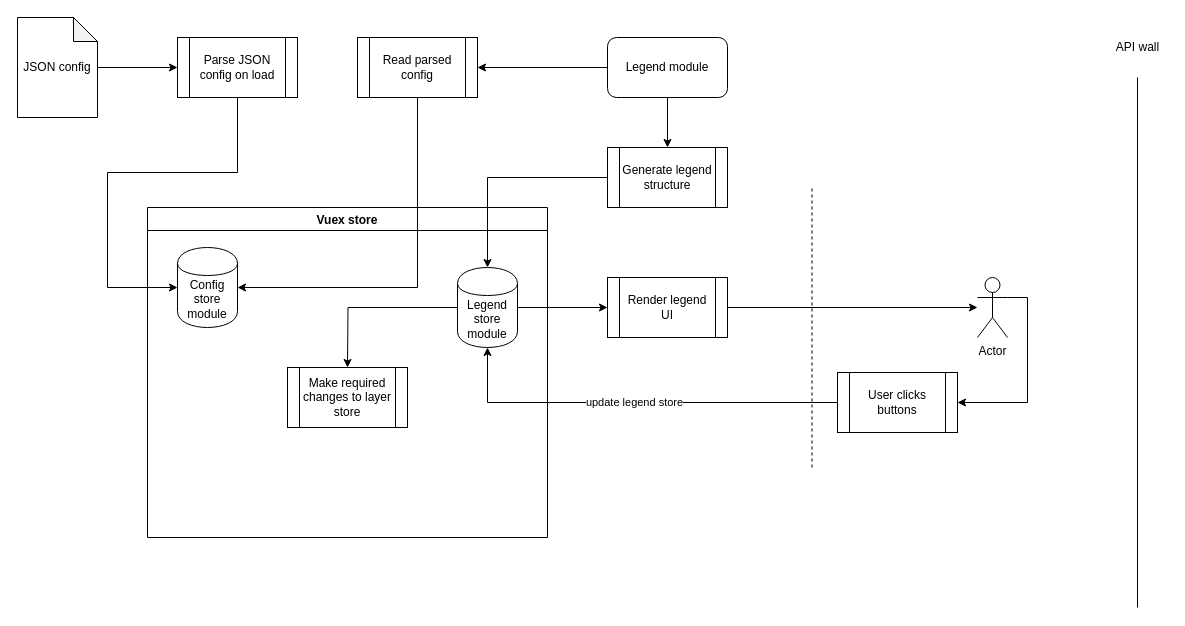
Before: Untitled Diagram.drawio in ramp4-pcar4/r4design, a draw.io diagram. Source tidied: cells renumbered, new cells numbered last; positions are measured from the earlier drawing's top-left corner, leaving out a move shared by most shapes. Both pictures are drawn from the tidied source at 100%, with x=0, y=0 at pixel (17, 17).
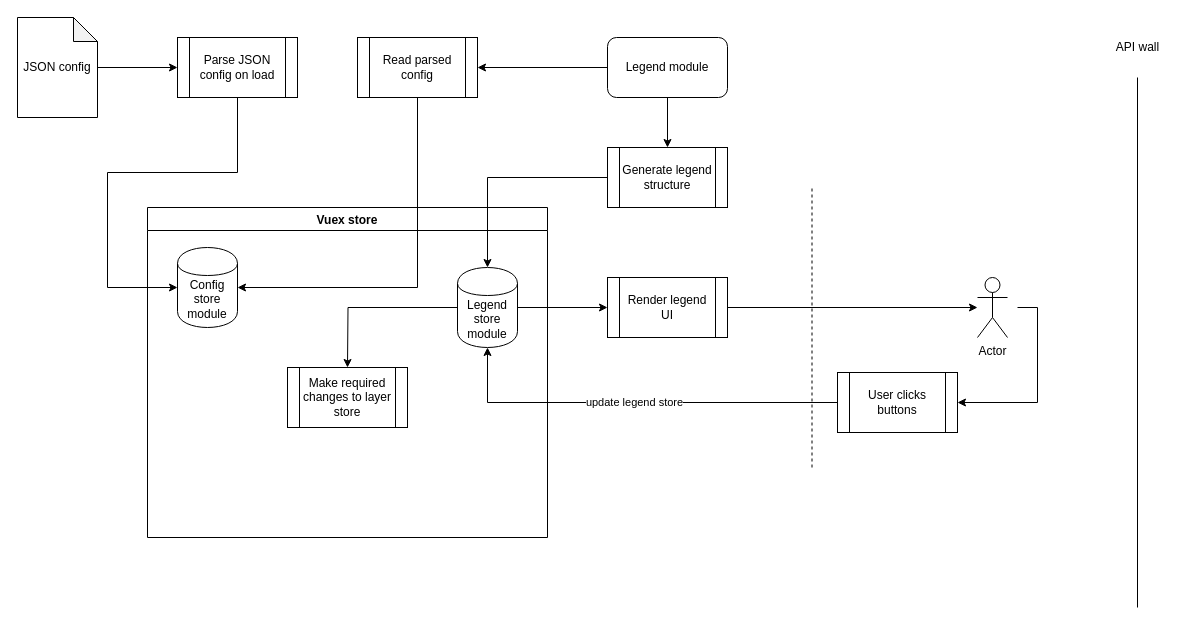
The same page after the edit.

Unchanged cells that the change refers to:
```xml
<mxCell id="23" value="User clicks buttons" style="shape=process;whiteSpace=wrap;html=1;backgroundOutline=1;" parent="1" vertex="1">
  <mxGeometry x="820" y="355" width="120" height="60" as="geometry" />
</mxCell>
<mxCell id="27" value="Actor" style="shape=umlActor;verticalLabelPosition=bottom;labelBackgroundColor=#ffffff;verticalAlign=top;html=1;outlineConnect=0;" parent="1" vertex="1">
  <mxGeometry x="960" y="260" width="30" height="60" as="geometry" />
</mxCell>
```

Diff of the diagram source:
```diff
@@
-    <mxCell id="26" style="edgeStyle=orthogonalEdgeStyle;rounded=0;jettySize=auto;html=1;entryX=1;entryY=0.5;entryDx=0;entryDy=0;exitX=1;exitY=0.3333333333333333;exitDx=0;exitDy=0;exitPerimeter=0;" parent="1" edge="1" source="27" target="23">
-      <mxGeometry relative="1" as="geometry" />
+    <mxCell id="26" style="edgeStyle=orthogonalEdgeStyle;rounded=0;jettySize=auto;html=1;entryX=1;entryY=0.5;entryDx=0;entryDy=0;" parent="1" edge="1" target="23">
+      <mxGeometry relative="1" as="geometry">
+        <mxPoint x="1000" y="290" as="sourcePoint" />
+        <Array as="points">
+          <mxPoint x="1000" y="290" />
+          <mxPoint x="1020" y="290" />
+          <mxPoint x="1020" y="385" />
+        </Array>
+      </mxGeometry>
     </mxCell>
```
